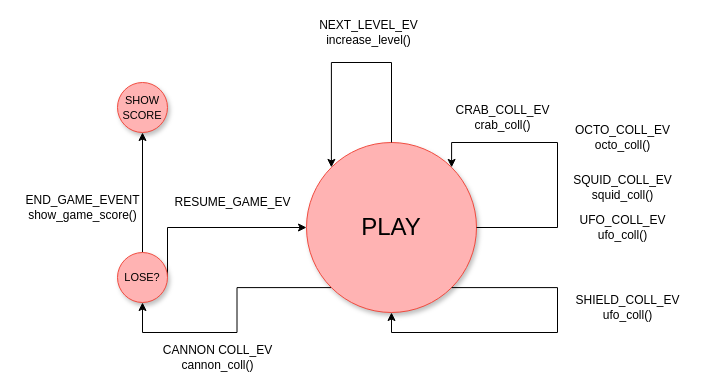
This is Backend/play_sketch.dio from KevinWahle/Programacion-1-TP-Integrador, a draw.io file, before an edit. Source tidied: cells renumbered, new cells numbered last; positions are measured from the earlier drawing's top-left corner, leaving out a move shared by most shapes. Both pictures are drawn from the tidied source at 100%, with x=0, y=0 at pixel (17, 17).
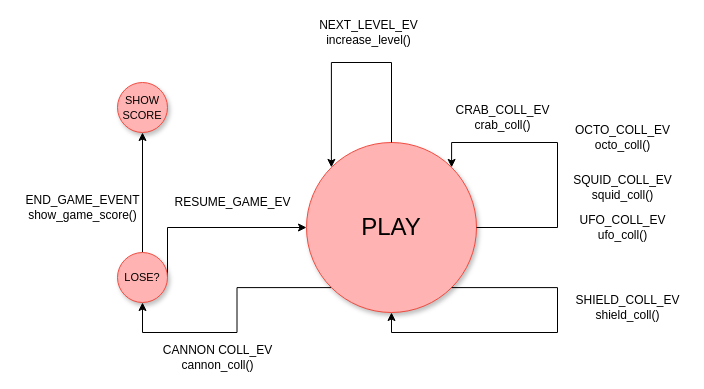
After the change.

Change to the diagram source:
```diff
@@
-    <mxCell id="10" value="SHIELD_COLL_EV&lt;br&gt;ufo_coll()" style="text;html=1;align=center;verticalAlign=middle;" parent="1" vertex="1">
+    <mxCell id="10" value="SHIELD_COLL_EV&lt;br&gt;shield_coll()" style="text;html=1;align=center;verticalAlign=middle;" parent="1" vertex="1">
       <mxGeometry x="550" y="275" width="120" height="30" as="geometry" />
     </mxCell>
```
